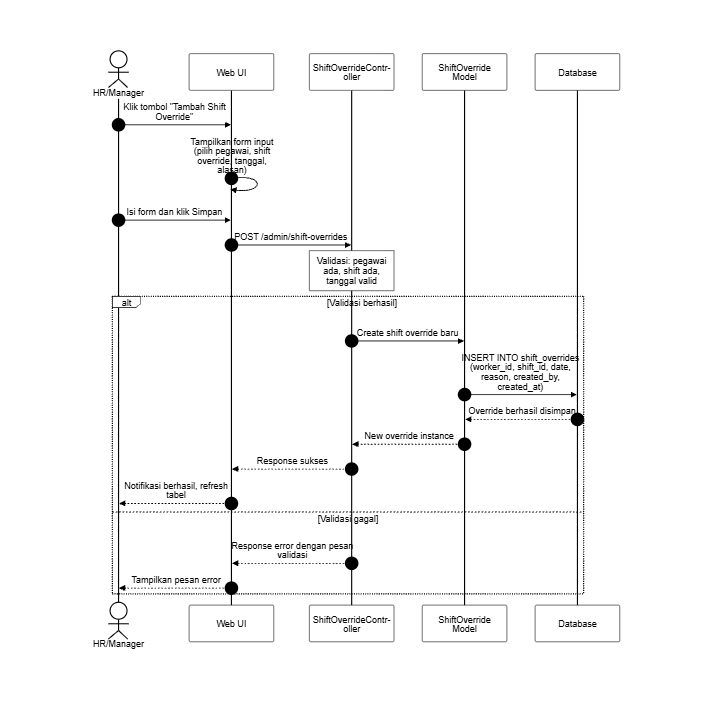
SulaimanHafi23/SimpegRSHDI keeps this Mermaid diagram as docs/SequenceDiagram/PNG_Transparent/KelolaShiftOverride-TambahShift.png. Above is the earlier version. Its source is kept beside it as docs/SequenceDiagram/KelolaShiftOverride-TambahShift.mermaid.
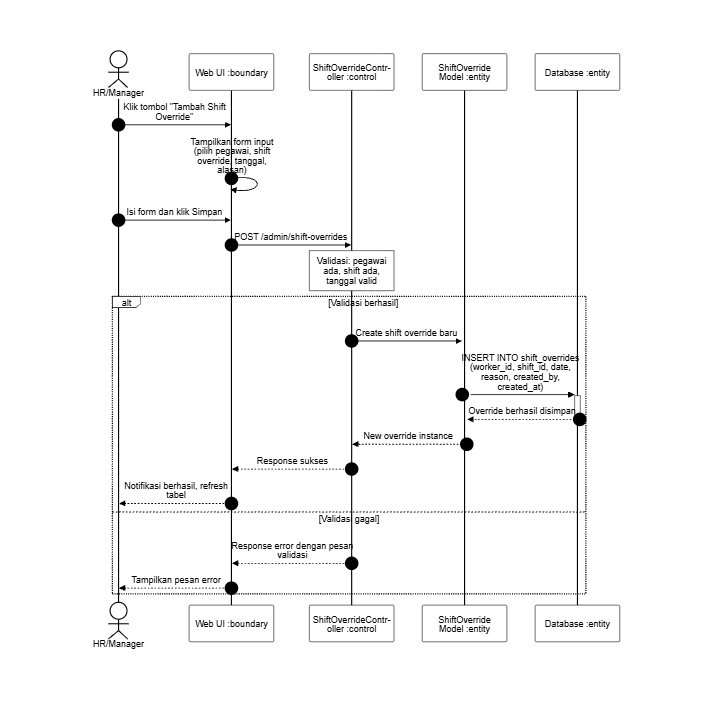
The same diagram one commit later.

Diff of the diagram source:
```diff
@@ -6,10 +6,10 @@
 sequenceDiagram
     autonumber
     actor HR as HR/Manager
-    participant UI as Web UI
-    participant C as ShiftOverrideController
-    participant SO as ShiftOverride Model
-    participant DB as Database
+    participant UI as Web UI :boundary
+    participant C as ShiftOverrideController :control
+    participant SO as ShiftOverride Model :entity
+    participant DB as Database :entity
 
     HR->>UI: Klik tombol "Tambah Shift Override"
     UI->>UI: Tampilkan form input (pilih pegawai, shift override, tanggal, alasan)
@@ -17,9 +17,9 @@
     UI->>C: POST /admin/shift-overrides
     note over C: Validasi: pegawai ada, shift ada, tanggal valid
     alt Validasi berhasil
-        C->>SO: Create shift override baru
-        SO->>DB: INSERT INTO shift_overrides (worker_id, shift_id, date, reason, created_by, created_at)
-        DB-->>SO: Override berhasil disimpan
+        C->>+SO: Create shift override baru
+        SO->>+DB: INSERT INTO shift_overrides (worker_id, shift_id, date, reason, created_by, created_at)
+        DB-->>-SO: Override berhasil disimpan
         SO-->>C: New override instance
         C-->>UI: Response sukses
         UI-->>HR: Notifikasi berhasil, refresh tabel
```
